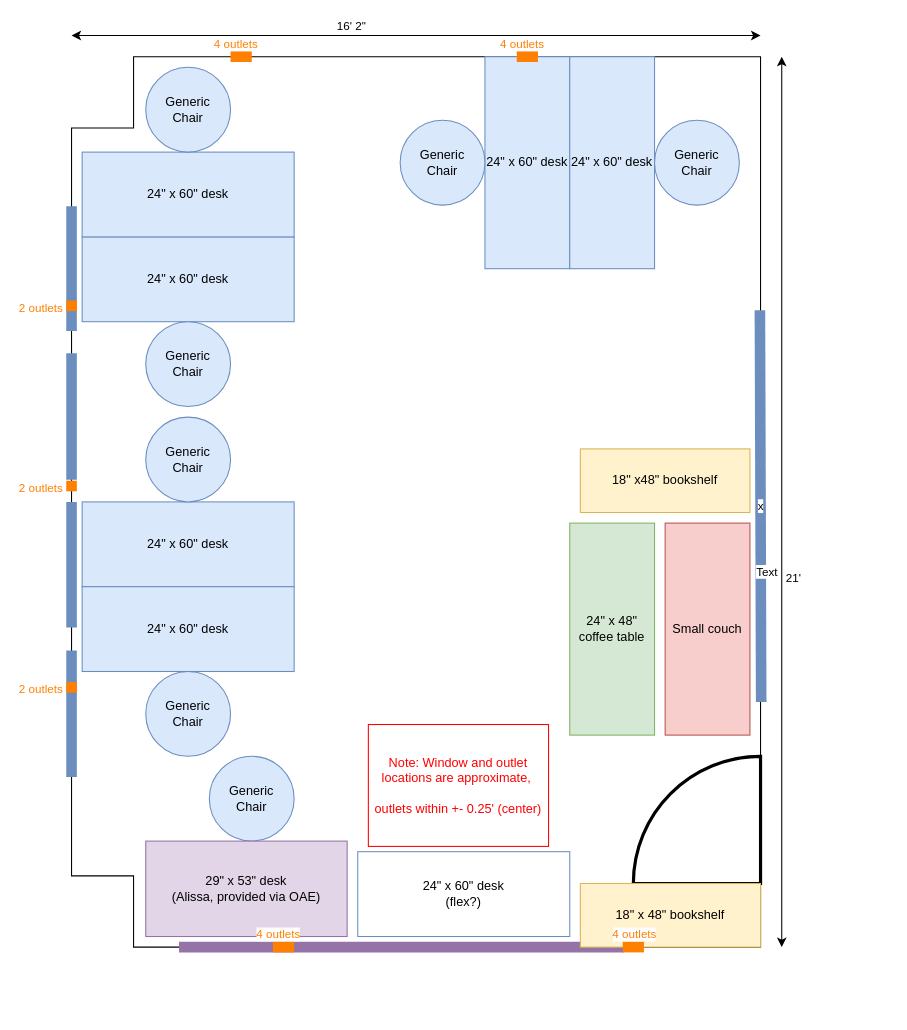
This is Y2E2_291-Proposed2022-07-21.drawio from stephaniechin/Y2E2-291, a draw.io file, before an edit. Source tidied: cells renumbered, new cells numbered last; positions are measured from the earlier drawing's top-left corner, leaving out a move shared by most shapes. Both pictures are drawn from the tidied source at 106%, with x=0, y=0 at pixel (71, 35).
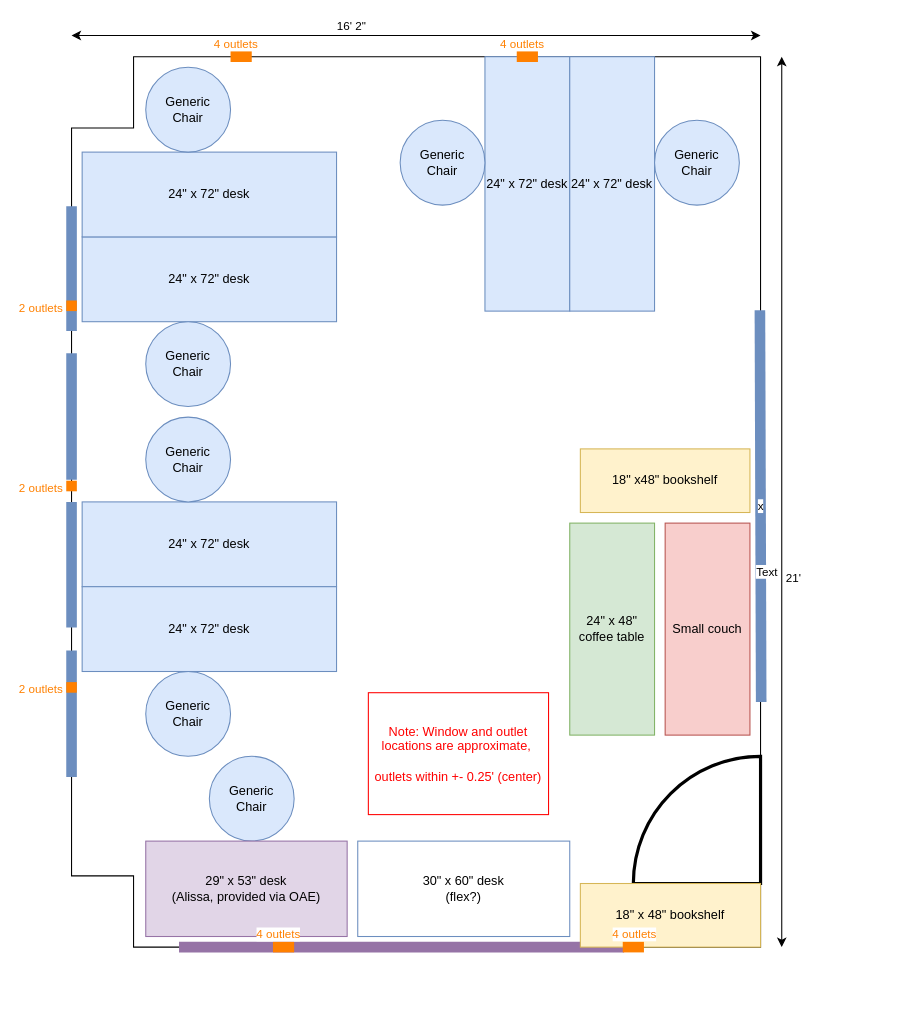
Above is the later version.

Commit message:
updated desk length to 72"

The edit, as a diff of the source:
```diff
@@
     <mxCell id="17" value="Note: Window and outlet locations are approximate,&amp;nbsp;&lt;br&gt;&lt;br&gt;outlets within +- 0.25' (center)" style="text;html=1;strokeColor=#FF0000;fillColor=none;align=center;verticalAlign=middle;whiteSpace=wrap;rounded=0;fontColor=#FF0000;" parent="16" vertex="1">
-      <mxGeometry x="280" y="650" width="170" height="115" as="geometry" />
+      <mxGeometry x="280" y="620" width="170" height="115" as="geometry" />
     </mxCell>
@@
-    <mxCell id="23" value="24&quot; x 60&quot; desk" style="rounded=0;whiteSpace=wrap;html=1;rotation=0;fillColor=#dae8fc;strokeColor=#6c8ebf;direction=east;" parent="19" vertex="1">
-      <mxGeometry x="10" y="440" width="200" height="80" as="geometry" />
+    <mxCell id="23" value="24&quot; x 72&quot; desk" style="rounded=0;whiteSpace=wrap;html=1;rotation=0;fillColor=#dae8fc;strokeColor=#6c8ebf;direction=east;" parent="19" vertex="1">
+      <mxGeometry x="10" y="440" width="240" height="80" as="geometry" />
     </mxCell>
-    <mxCell id="24" value="24&quot; x 60&quot; desk" style="rounded=0;whiteSpace=wrap;html=1;rotation=0;fillColor=#dae8fc;strokeColor=#6c8ebf;direction=south;" parent="19" vertex="1">
-      <mxGeometry x="390" y="20" width="80" height="200" as="geometry" />
+    <mxCell id="24" value="24&quot; x 72&quot; desk" style="rounded=0;whiteSpace=wrap;html=1;rotation=0;fillColor=#dae8fc;strokeColor=#6c8ebf;direction=south;" parent="19" vertex="1">
+      <mxGeometry x="390" y="20" width="80" height="240" as="geometry" />
     </mxCell>
-    <mxCell id="25" value="24&quot; x 60&quot; desk" style="rounded=0;whiteSpace=wrap;html=1;rotation=0;fillColor=#dae8fc;strokeColor=#6c8ebf;direction=north;" parent="19" vertex="1">
-      <mxGeometry x="470" y="20" width="80" height="200" as="geometry" />
+    <mxCell id="25" value="24&quot; x 72&quot; desk" style="rounded=0;whiteSpace=wrap;html=1;rotation=0;fillColor=#dae8fc;strokeColor=#6c8ebf;direction=north;" parent="19" vertex="1">
+      <mxGeometry x="470" y="20" width="80" height="240" as="geometry" />
     </mxCell>
@@
-    <mxCell id="30" value="24&quot; x 60&quot; desk" style="rounded=0;whiteSpace=wrap;html=1;rotation=0;fillColor=#dae8fc;strokeColor=#6c8ebf;direction=west;" parent="19" vertex="1">
-      <mxGeometry x="10" y="520" width="200" height="80" as="geometry" />
+    <mxCell id="30" value="24&quot; x 72&quot; desk" style="rounded=0;whiteSpace=wrap;html=1;rotation=0;fillColor=#dae8fc;strokeColor=#6c8ebf;direction=west;" parent="19" vertex="1">
+      <mxGeometry x="10" y="520" width="240" height="80" as="geometry" />
     </mxCell>
@@
-    <mxCell id="32" value="24&quot; x 60&quot; desk" style="rounded=0;whiteSpace=wrap;html=1;rotation=0;fillColor=#dae8fc;strokeColor=#6c8ebf;" parent="19" vertex="1">
-      <mxGeometry x="10" y="190" width="200" height="80" as="geometry" />
+    <mxCell id="32" value="24&quot; x 72&quot; desk" style="rounded=0;whiteSpace=wrap;html=1;rotation=0;fillColor=#dae8fc;strokeColor=#6c8ebf;" parent="19" vertex="1">
+      <mxGeometry x="10" y="190" width="240" height="80" as="geometry" />
     </mxCell>
-    <mxCell id="33" value="24&quot; x 60&quot; desk" style="rounded=0;whiteSpace=wrap;html=1;rotation=0;fillColor=#dae8fc;strokeColor=#6c8ebf;direction=west;" parent="19" vertex="1">
-      <mxGeometry x="10" y="110" width="200" height="80" as="geometry" />
+    <mxCell id="33" value="24&quot; x 72&quot; desk" style="rounded=0;whiteSpace=wrap;html=1;rotation=0;fillColor=#dae8fc;strokeColor=#6c8ebf;direction=west;" parent="19" vertex="1">
+      <mxGeometry x="10" y="110" width="240" height="80" as="geometry" />
     </mxCell>
@@
-    <mxCell id="37" value="24&quot; x 60&quot; desk&lt;br&gt;(flex?)" style="rounded=0;whiteSpace=wrap;html=1;rotation=0;direction=east;fillColor=#FFFFFF;strokeColor=#6c8ebf;" parent="19" vertex="1">
-      <mxGeometry x="270" y="770" width="200" height="80" as="geometry" />
+    <mxCell id="37" value="30&quot; x 60&quot; desk&lt;br&gt;(flex?)" style="rounded=0;whiteSpace=wrap;html=1;rotation=0;direction=east;fillColor=#FFFFFF;strokeColor=#6c8ebf;" parent="19" vertex="1">
+      <mxGeometry x="270" y="760" width="200" height="90" as="geometry" />
     </mxCell>
```
